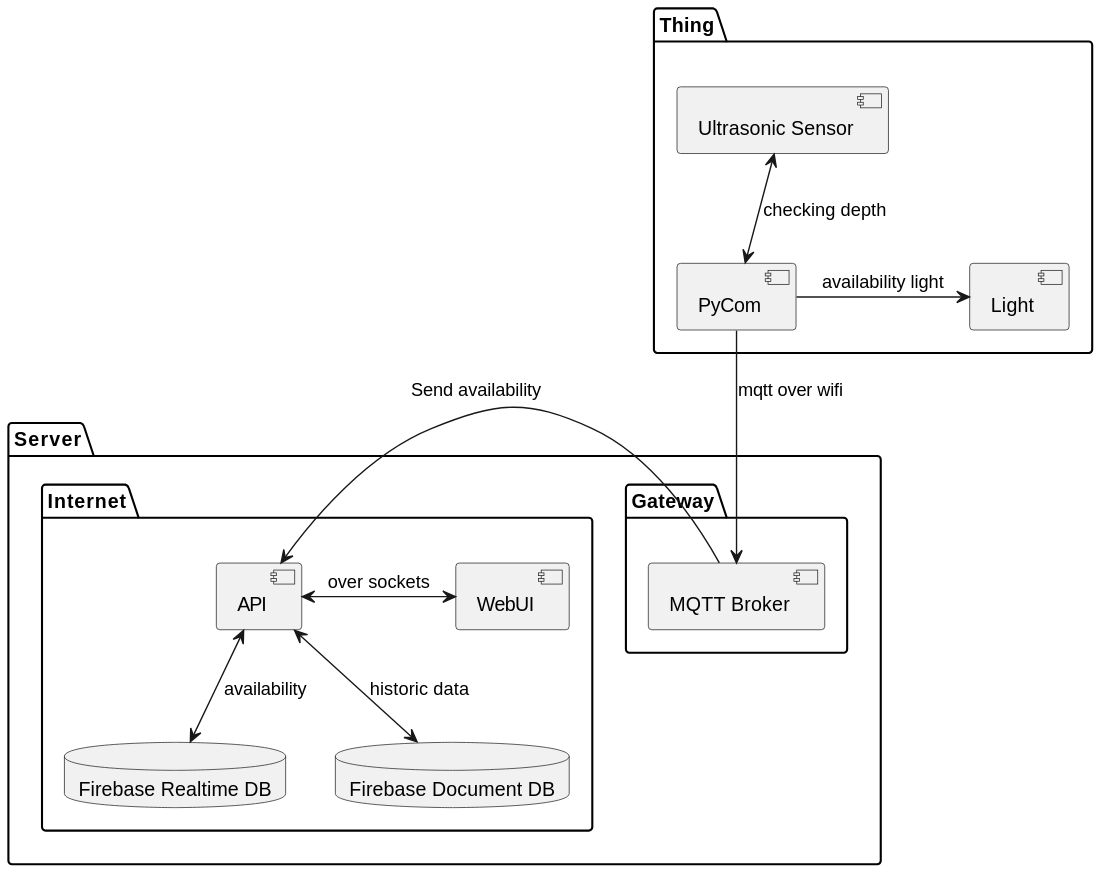
Above: docs/architecture.svg in JBrO910/find-my-spot-piot (PlantUML), before the change. The source it was exported from:
```plantuml
@startuml

package Thing {
    component "Ultrasonic Sensor" as sensor
    component "PyCom" as py
    component "Light" as actuator

    sensor <-d-> py : checking depth
    actuator <-l- py : availability light
}

package Server {

package Gateway {
    component "MQTT Broker" as broker
}

py --> broker : mqtt over wifi

package Internet {
    database "Firebase Realtime DB" as realtimedb
    database "Firebase Document DB" as documentdb

    component API as api

    component WebUI as web

    api <-r-> web : over sockets
    api <-d-> realtimedb : availability
    api <-d-> documentdb : historic data
}

broker -r-> api : Send availability

}

@enduml
```
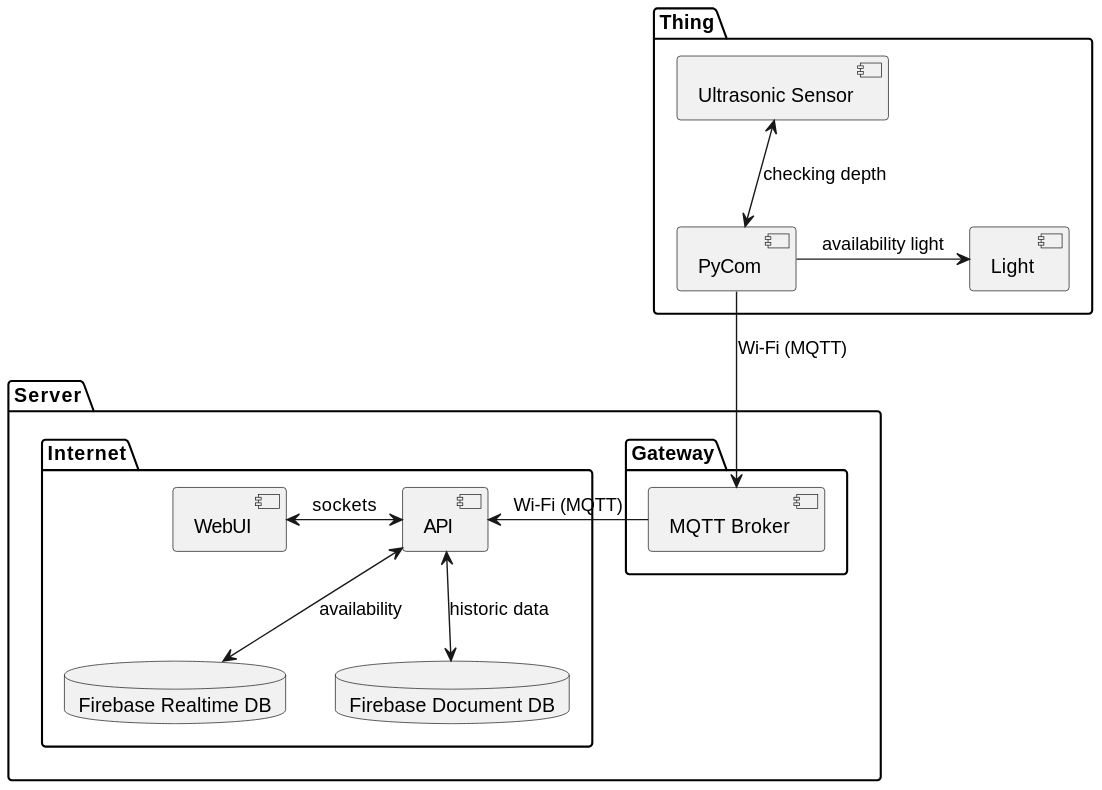
Later version of the same file.

Diff of the diagram source:
```diff
@@ -15,7 +15,7 @@
     component "MQTT Broker" as broker
 }
 
-py --> broker : mqtt over wifi
+py --> broker : Wi-Fi (MQTT)
 
 package Internet {
     database "Firebase Realtime DB" as realtimedb
@@ -25,12 +25,12 @@
 
     component WebUI as web
 
-    api <-r-> web : over sockets
+    api <-l-> web : sockets
     api <-d-> realtimedb : availability
     api <-d-> documentdb : historic data
 }
 
-broker -r-> api : Send availability
+broker -l-> api : Wi-Fi (MQTT)
 
 }
 
```
